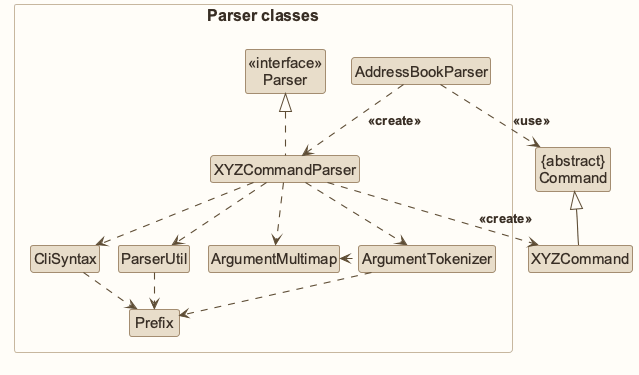
Above: docs/images/ParserClasses.png in AY2627S1-CS2103T-W12-1/tp (PlantUML), before the change.
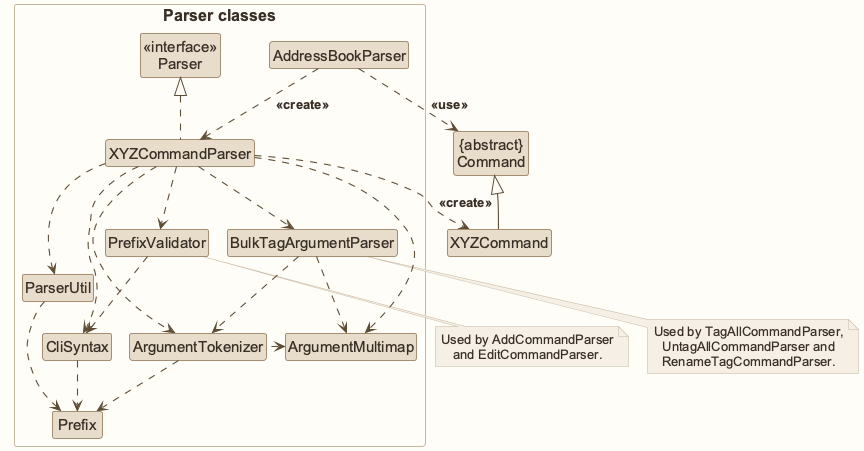
Above is the later version.

Diff of the diagram source:
```diff
@@ -17,6 +17,8 @@
 Class ArgumentMultimap
 Class ArgumentTokenizer
 Class Prefix
+Class PrefixValidator
+Class BulkTagArgumentParser
 }
 
 
@@ -34,4 +36,19 @@
 ParserUtil .down.> Prefix
 ArgumentTokenizer .down.> Prefix
 XYZCommand -up-|> Command
+XYZCommandParser ..> PrefixValidator
+XYZCommandParser ..> BulkTagArgumentParser
+PrefixValidator ..> CliSyntax
+BulkTagArgumentParser ..> ArgumentTokenizer
+BulkTagArgumentParser ..> ArgumentMultimap
+
+note bottom of PrefixValidator
+Used by AddCommandParser
+and EditCommandParser.
+end note
+note bottom of BulkTagArgumentParser
+Used by TagAllCommandParser,
+UntagAllCommandParser and
+RenameTagCommandParser.
+end note
 @enduml
```
